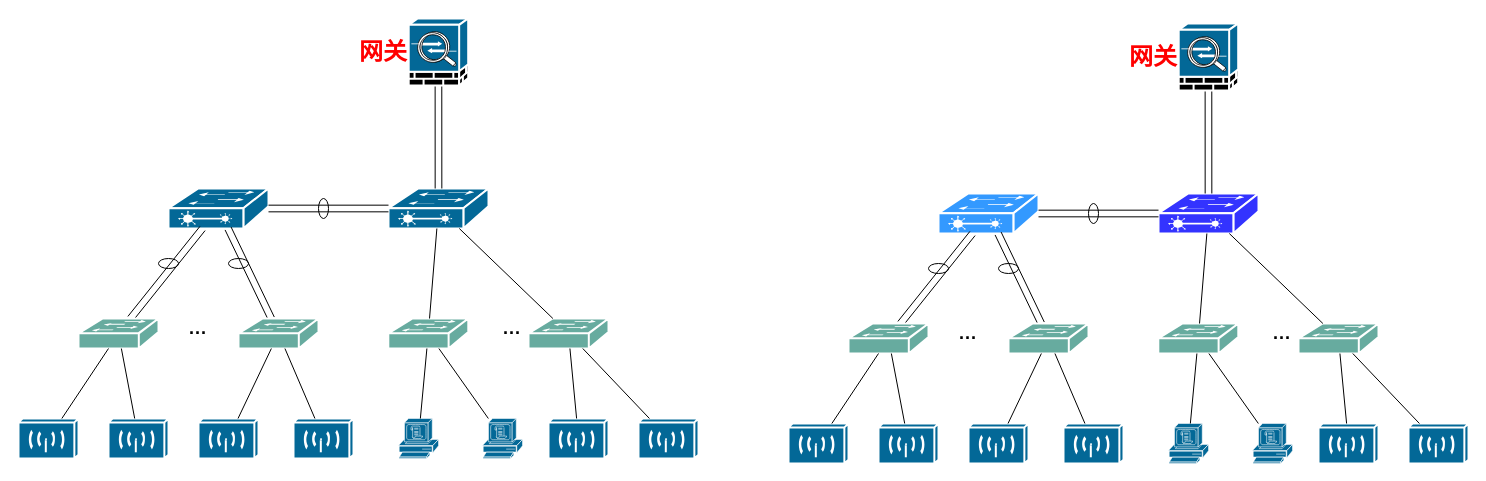
Before: bsf拓扑.drawio in lhongbei/lhongbei, a draw.io diagram. Source tidied: cells renumbered, new cells numbered last; positions are measured from the earlier drawing's top-left corner, leaving out a move shared by most shapes. Both pictures are drawn from the tidied source at 100%, with x=0, y=0 at pixel (18, 18).
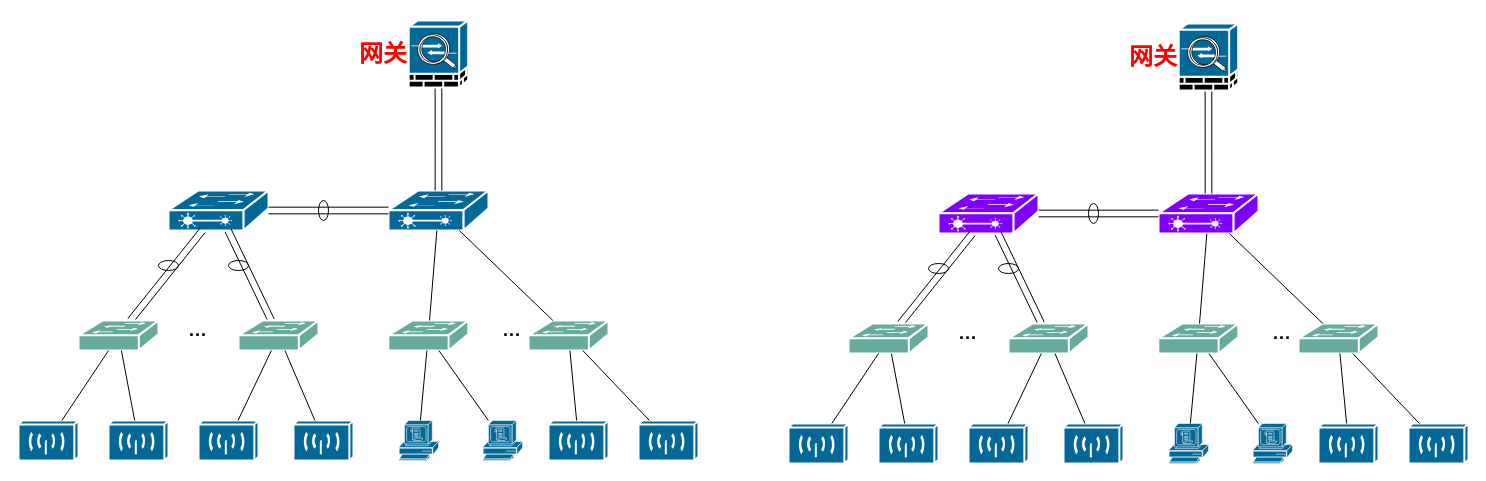
The same page after the edit.

Diff of the diagram source:
```diff
@@
     <mxCell id="2" style="shape=mxgraph.cisco.switches.layer_2_remote_switch;sketch=0;html=1;dashed=0;fillColor=#036897;strokeColor=#ffffff;strokeWidth=2;verticalLabelPosition=bottom;verticalAlign=top;align=center;outlineConnect=0;" parent="1" vertex="1">
-      <mxGeometry x="370" y="170" width="100" height="40" as="geometry" />
+      <mxGeometry x="370" y="172" width="100" height="40" as="geometry" />
     </mxCell>
     <mxCell id="3" style="shape=mxgraph.cisco.switches.layer_2_remote_switch;sketch=0;html=1;dashed=0;fillColor=#036897;strokeColor=#ffffff;strokeWidth=2;verticalLabelPosition=bottom;verticalAlign=top;align=center;outlineConnect=0;" parent="1" vertex="1">
-      <mxGeometry x="150" y="170" width="100" height="40" as="geometry" />
+      <mxGeometry x="150" y="172" width="100" height="40" as="geometry" />
     </mxCell>
@@
     <mxCell id="5" style="ellipse;whiteSpace=wrap;html=1;fillColor=none;" parent="1" vertex="1">
-      <mxGeometry x="300" y="180" width="10" height="20" as="geometry" />
+      <mxGeometry x="300" y="182" width="10" height="20" as="geometry" />
     </mxCell>
@@
     <mxCell id="9" style="shape=mxgraph.cisco.misc.asa_5500;sketch=0;html=1;dashed=0;fillColor=#036897;strokeColor=#ffffff;strokeWidth=2;verticalLabelPosition=bottom;verticalAlign=top;align=center;outlineConnect=0;fontSize=18;" parent="1" vertex="1">
-      <mxGeometry x="390.2" width="59.5" height="67" as="geometry" />
+      <mxGeometry x="390.2" y="2" width="59.5" height="67" as="geometry" />
     </mxCell>
     <mxCell id="10" style="shape=mxgraph.cisco.wireless.wireless_transport;sketch=0;html=1;dashed=0;fillColor=#036897;strokeColor=#ffffff;strokeWidth=2;verticalLabelPosition=bottom;verticalAlign=top;align=center;outlineConnect=0;fontSize=18;" parent="1" vertex="1">
-      <mxGeometry y="400" width="60" height="40" as="geometry" />
+      <mxGeometry y="402" width="60" height="40" as="geometry" />
     </mxCell>
     <mxCell id="11" style="group;" parent="1" vertex="1">
-      <mxGeometry x="60" y="300" width="240" height="30" as="geometry" />
+      <mxGeometry x="60" y="302" width="240" height="30" as="geometry" />
     </mxCell>
@@
     <mxCell id="15" style="shape=mxgraph.cisco.wireless.wireless_transport;sketch=0;html=1;dashed=0;fillColor=#036897;strokeColor=#ffffff;strokeWidth=2;verticalLabelPosition=bottom;verticalAlign=top;align=center;outlineConnect=0;fontSize=18;" parent="1" vertex="1">
-      <mxGeometry x="90" y="400" width="60" height="40" as="geometry" />
+      <mxGeometry x="90" y="402" width="60" height="40" as="geometry" />
     </mxCell>
     <mxCell id="16" style="shape=mxgraph.cisco.wireless.wireless_transport;sketch=0;html=1;dashed=0;fillColor=#036897;strokeColor=#ffffff;strokeWidth=2;verticalLabelPosition=bottom;verticalAlign=top;align=center;outlineConnect=0;fontSize=18;" parent="1" vertex="1">
-      <mxGeometry x="180" y="400" width="60" height="40" as="geometry" />
+      <mxGeometry x="180" y="402" width="60" height="40" as="geometry" />
     </mxCell>
     <mxCell id="17" style="shape=mxgraph.cisco.wireless.wireless_transport;sketch=0;html=1;dashed=0;fillColor=#036897;strokeColor=#ffffff;strokeWidth=2;verticalLabelPosition=bottom;verticalAlign=top;align=center;outlineConnect=0;fontSize=18;" parent="1" vertex="1">
-      <mxGeometry x="275" y="400" width="60" height="40" as="geometry" />
+      <mxGeometry x="275" y="402" width="60" height="40" as="geometry" />
     </mxCell>
@@
     <mxCell id="22" style="shape=mxgraph.cisco.switches.workgroup_switch;sketch=0;html=1;dashed=0;fillColor=#67AB9F;strokeColor=#ffffff;strokeWidth=2;verticalLabelPosition=bottom;verticalAlign=top;align=center;outlineConnect=0;" parent="1" vertex="1">
-      <mxGeometry x="369.8" y="300" width="80" height="30" as="geometry" />
+      <mxGeometry x="369.8" y="302" width="80" height="30" as="geometry" />
     </mxCell>
     <mxCell id="23" style="shape=mxgraph.cisco.switches.workgroup_switch;sketch=0;html=1;dashed=0;fillColor=#67AB9F;strokeColor=#ffffff;strokeWidth=2;verticalLabelPosition=bottom;verticalAlign=top;align=center;outlineConnect=0;" parent="1" vertex="1">
-      <mxGeometry x="510" y="300" width="80" height="30" as="geometry" />
+      <mxGeometry x="510" y="302" width="80" height="30" as="geometry" />
     </mxCell>
     <mxCell id="24" value="&lt;b&gt;&lt;font style=&quot;font-size: 18px;&quot;&gt;···&lt;/font&gt;&lt;/b&gt;" style="text;html=1;strokeColor=none;fillColor=none;align=center;verticalAlign=middle;whiteSpace=wrap;rounded=0;" parent="1" vertex="1">
-      <mxGeometry x="463.5" y="300" width="60" height="30" as="geometry" />
+      <mxGeometry x="463.5" y="302" width="60" height="30" as="geometry" />
     </mxCell>
     <mxCell id="25" style="shape=mxgraph.cisco.security.cisco_security;sketch=0;html=1;dashed=0;fillColor=#036897;strokeColor=#ffffff;strokeWidth=2;verticalLabelPosition=bottom;verticalAlign=top;align=center;outlineConnect=0;fontSize=18;" parent="1" vertex="1">
-      <mxGeometry x="380" y="400" width="40" height="40" as="geometry" />
+      <mxGeometry x="380" y="402" width="40" height="40" as="geometry" />
     </mxCell>
     <mxCell id="26" style="shape=mxgraph.cisco.security.cisco_security;sketch=0;html=1;dashed=0;fillColor=#036897;strokeColor=#ffffff;strokeWidth=2;verticalLabelPosition=bottom;verticalAlign=top;align=center;outlineConnect=0;fontSize=18;" parent="1" vertex="1">
-      <mxGeometry x="464" y="400" width="40" height="40" as="geometry" />
+      <mxGeometry x="464" y="402" width="40" height="40" as="geometry" />
     </mxCell>
     <mxCell id="27" style="shape=mxgraph.cisco.wireless.wireless_transport;sketch=0;html=1;dashed=0;fillColor=#036897;strokeColor=#ffffff;strokeWidth=2;verticalLabelPosition=bottom;verticalAlign=top;align=center;outlineConnect=0;fontSize=18;" parent="1" vertex="1">
-      <mxGeometry x="530" y="400" width="60" height="40" as="geometry" />
+      <mxGeometry x="530" y="402" width="60" height="40" as="geometry" />
     </mxCell>
     <mxCell id="28" style="shape=mxgraph.cisco.wireless.wireless_transport;sketch=0;html=1;dashed=0;fillColor=#036897;strokeColor=#ffffff;strokeWidth=2;verticalLabelPosition=bottom;verticalAlign=top;align=center;outlineConnect=0;fontSize=18;" parent="1" vertex="1">
-      <mxGeometry x="620" y="400" width="60" height="40" as="geometry" />
+      <mxGeometry x="620" y="402" width="60" height="40" as="geometry" />
     </mxCell>
@@
     <mxCell id="35" style="ellipse;whiteSpace=wrap;html=1;fillColor=none;" parent="1" vertex="1">
-      <mxGeometry x="210" y="240" width="20" height="10" as="geometry" />
+      <mxGeometry x="210" y="242" width="20" height="10" as="geometry" />
     </mxCell>
     <mxCell id="36" style="ellipse;whiteSpace=wrap;html=1;fillColor=none;" parent="1" vertex="1">
-      <mxGeometry x="140" y="240" width="20" height="10" as="geometry" />
+      <mxGeometry x="140" y="242" width="20" height="10" as="geometry" />
     </mxCell>
     <mxCell id="37" value="&lt;b&gt;&lt;font color=&quot;#ff0000&quot; style=&quot;font-size: 24px;&quot;&gt;网关&lt;/font&gt;&lt;/b&gt;" style="text;html=1;strokeColor=none;fillColor=none;align=center;verticalAlign=middle;whiteSpace=wrap;rounded=0;fontSize=18;" parent="1" vertex="1">
-      <mxGeometry x="335" y="18.5" width="60" height="30" as="geometry" />
+      <mxGeometry x="335" y="20.5" width="60" height="30" as="geometry" />
     </mxCell>
-    <mxCell id="38" style="shape=mxgraph.cisco.switches.layer_2_remote_switch;sketch=0;html=1;dashed=0;fillColor=#3333FF;strokeColor=#ffffff;strokeWidth=2;verticalLabelPosition=bottom;verticalAlign=top;align=center;outlineConnect=0;" parent="1" vertex="1">
+    <mxCell id="38" style="shape=mxgraph.cisco.switches.layer_2_remote_switch;sketch=0;html=1;dashed=0;fillColor=#7F00FF;strokeColor=#ffffff;strokeWidth=2;verticalLabelPosition=bottom;verticalAlign=top;align=center;outlineConnect=0;" parent="1" vertex="1">
       <mxGeometry x="1140" y="175" width="100" height="40" as="geometry" />
     </mxCell>
-    <mxCell id="39" style="shape=mxgraph.cisco.switches.layer_2_remote_switch;sketch=0;html=1;dashed=0;fillColor=#3399FF;strokeColor=#ffffff;strokeWidth=2;verticalLabelPosition=bottom;verticalAlign=top;align=center;outlineConnect=0;" parent="1" vertex="1">
+    <mxCell id="39" style="shape=mxgraph.cisco.switches.layer_2_remote_switch;sketch=0;html=1;dashed=0;fillColor=#7F00FF;strokeColor=#ffffff;strokeWidth=2;verticalLabelPosition=bottom;verticalAlign=top;align=center;outlineConnect=0;" parent="1" vertex="1">
       <mxGeometry x="920" y="175" width="100" height="40" as="geometry" />
     </mxCell>
```
